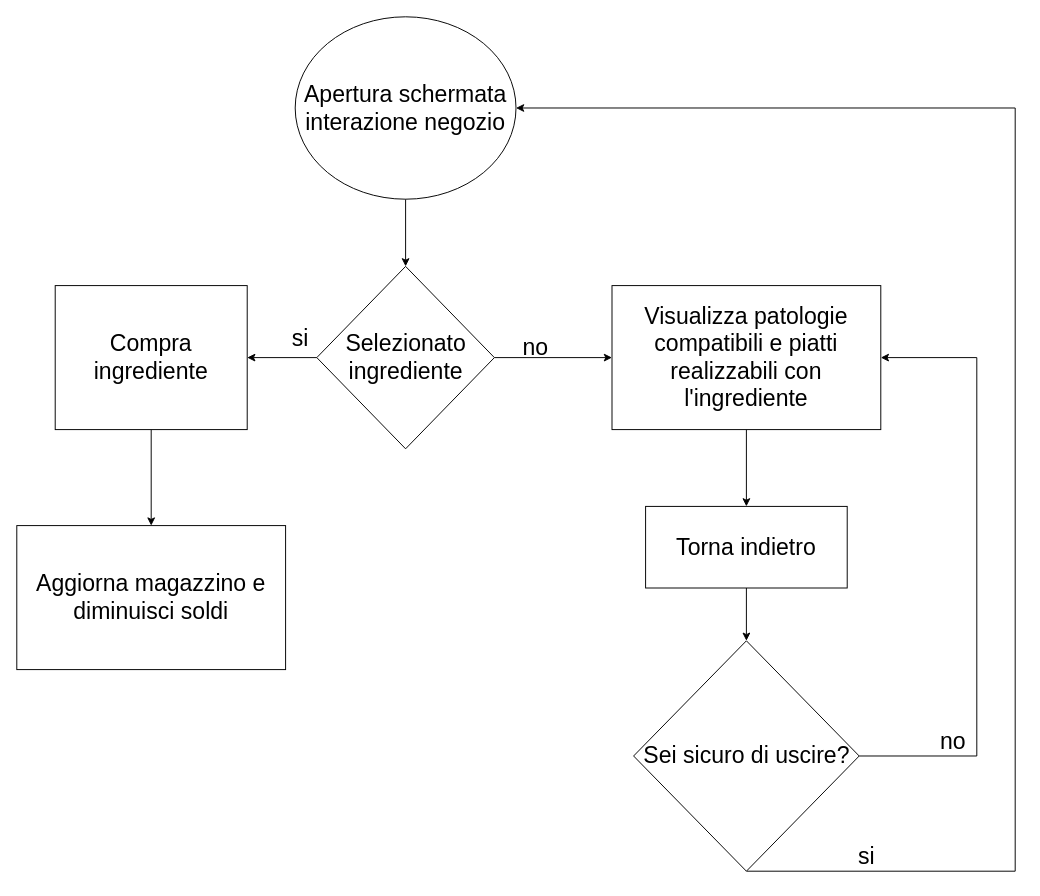
zSavT/Healthy-Catering keeps this draw.io diagram as doc/Progetti Drawio/InterazioneConNegozioFlowchart.drawio. Above is the earlier version. Source tidied: cells renumbered, new cells numbered last; positions are measured from the earlier drawing's top-left corner, leaving out a move shared by most shapes. Both pictures are drawn from the tidied source at 96%, with x=0, y=0 at pixel (16, 16).
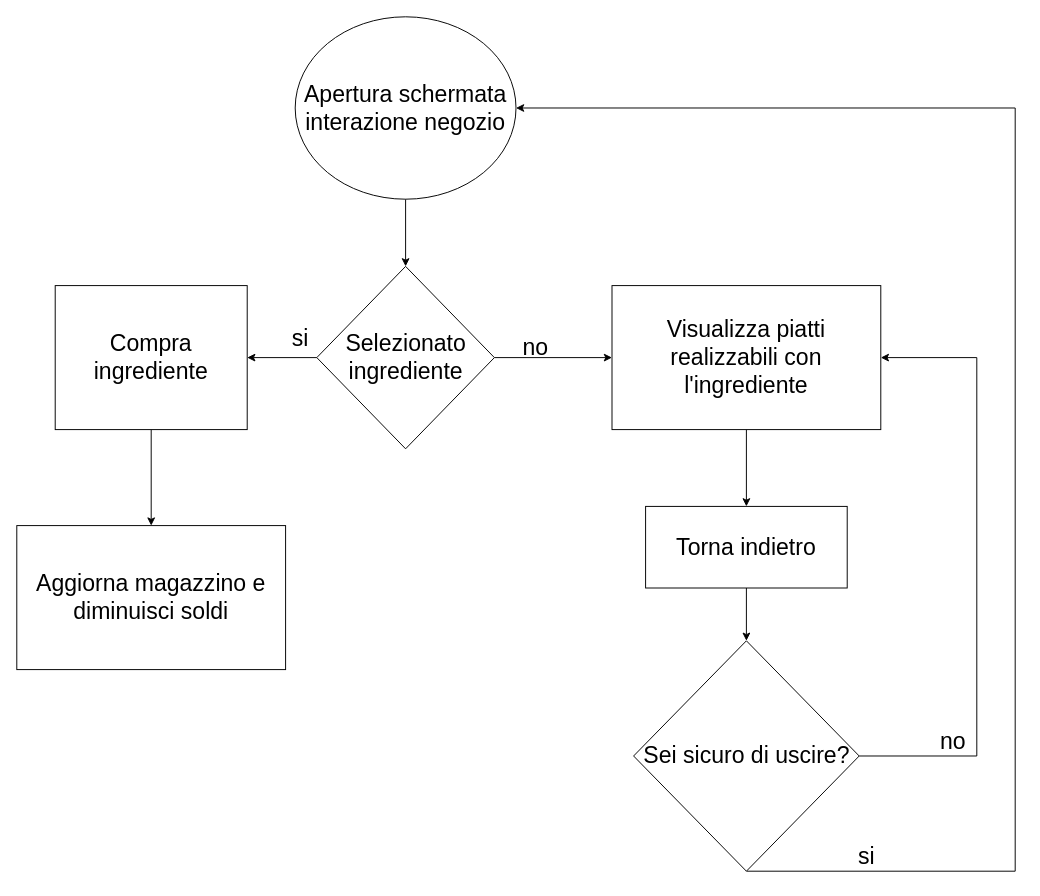
The same diagram, later.

Commit message (it also covers changes not shown here):
rimossi tutti i riferimenti alla visualizzazione delle patologie compatibili nel negozio

What changed in the source:
```diff
@@
-    <mxCell id="18" value="Visualizza patologie compatibili e piatti realizzabili con l'ingrediente" style="rounded=0;whiteSpace=wrap;html=1;fontSize=24;" parent="1" vertex="1">
+    <mxCell id="18" value="Visualizza piatti realizzabili con l'ingrediente" style="rounded=0;whiteSpace=wrap;html=1;fontSize=24;" parent="1" vertex="1">
       <mxGeometry x="620" y="280" width="280" height="150" as="geometry" />
     </mxCell>
```
